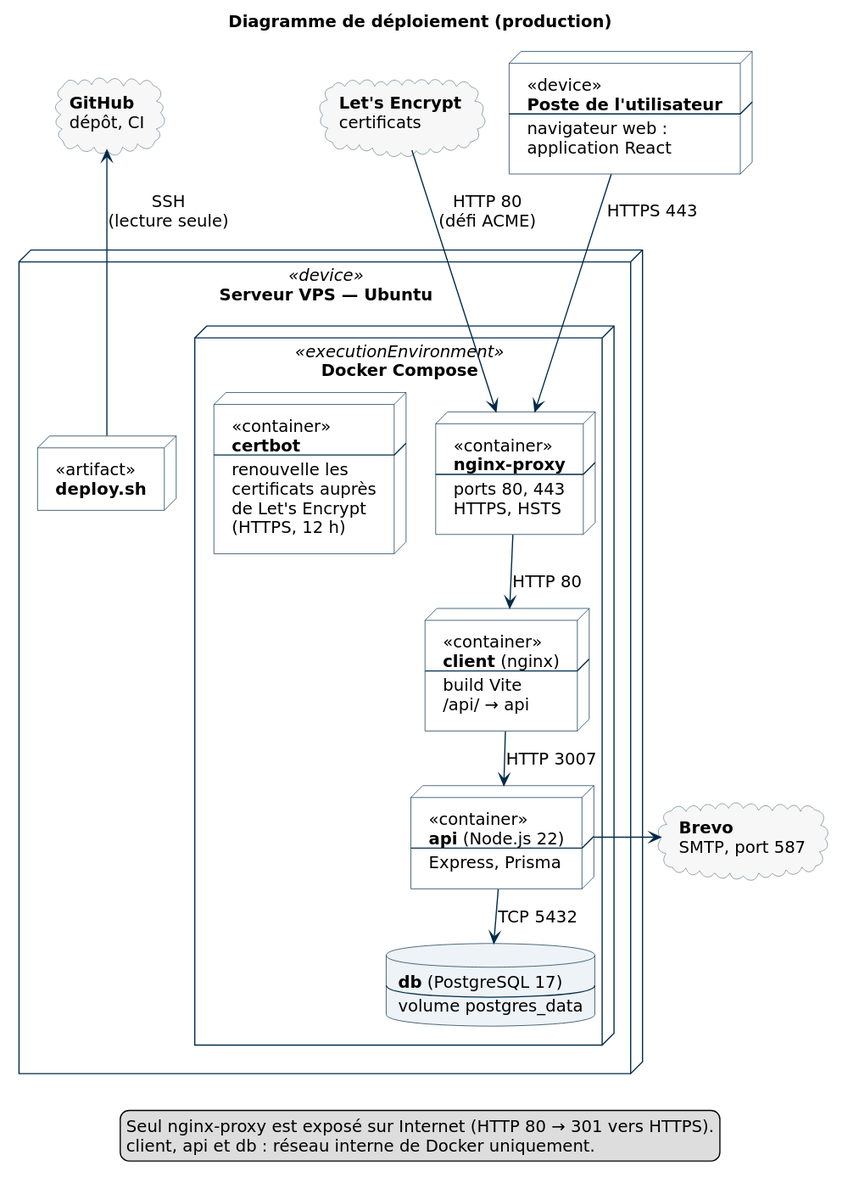
This is docs/diagrammes/deploiement.svg from MehdiCherki/Lapince, a PlantUML export, as it was before one commit.
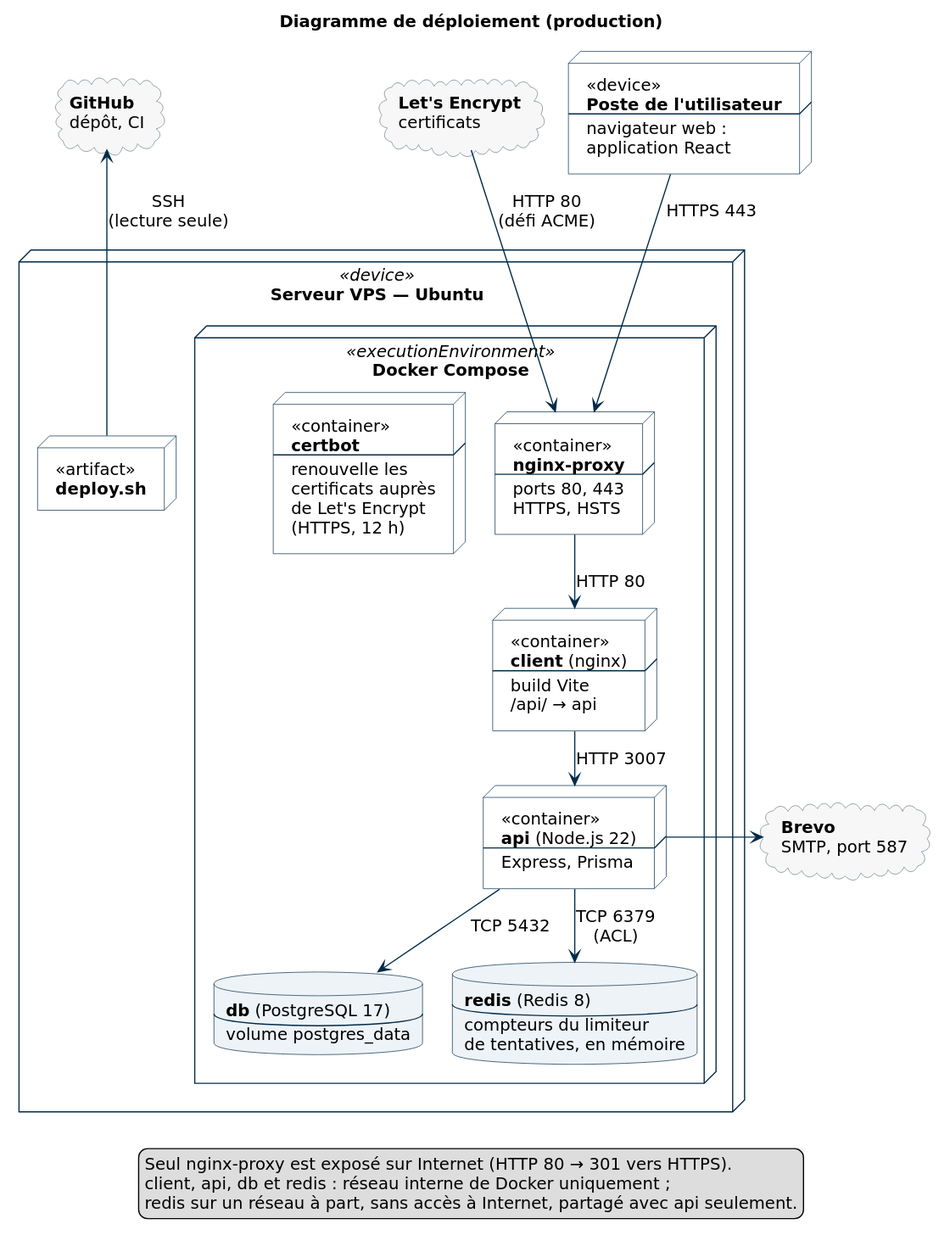
The same file after the commit.

What changed in the source:
```diff
@@ -79,6 +79,12 @@
     ----
     volume postgres_data
     ]
+    database redis [
+    **redis** (Redis 8)
+    ----
+    compteurs du limiteur
+    de tentatives, en mémoire
+    ]
   }
 }
 
@@ -94,10 +100,12 @@
 proxy -down-> client : HTTP 80
 client -down-> api : HTTP 3007
 api -down-> db : TCP 5432
+api -down-> redis : TCP 6379\n(ACL)
 api -right-> brevo
 
 legend bottom
   Seul nginx-proxy est exposé sur Internet (HTTP 80 → 301 vers HTTPS).
-  client, api et db : réseau interne de Docker uniquement.
+  client, api, db et redis : réseau interne de Docker uniquement ;
+  redis sur un réseau à part, sans accès à Internet, partagé avec api seulement.
 endlegend
 @enduml
```
